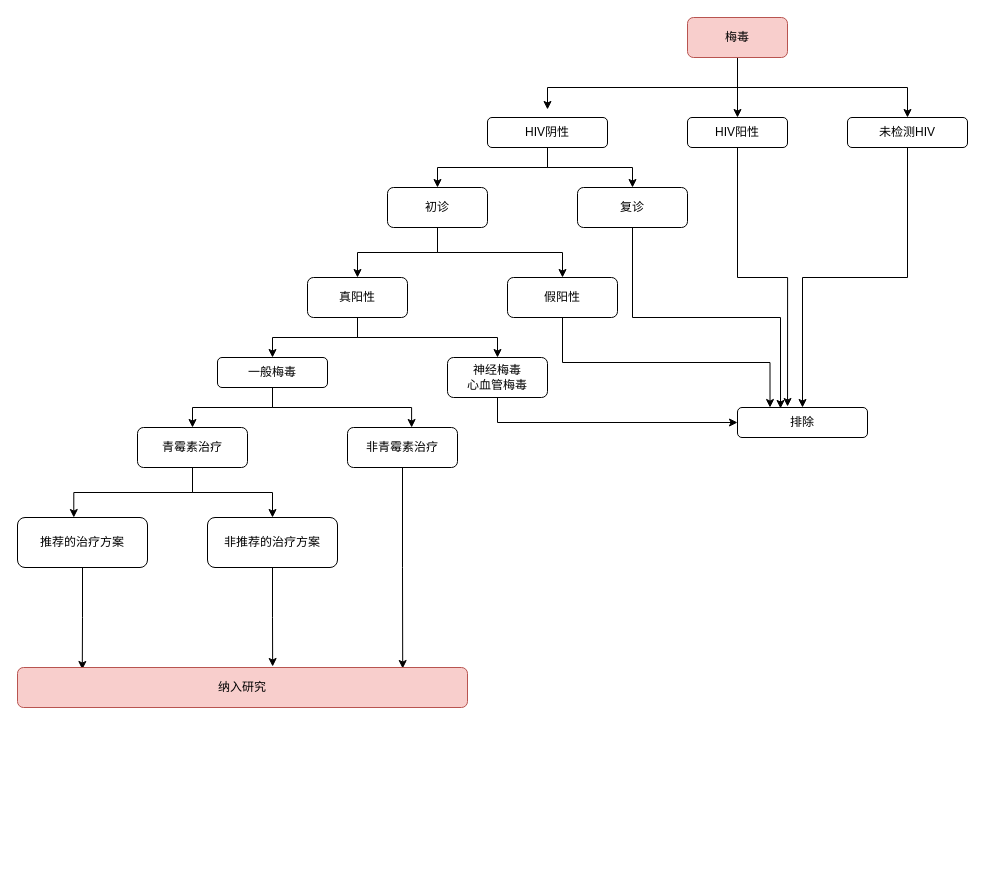
The draw.io diagram Untitled Diagram.drawio in brainu/brainu, before the edit. Source tidied: cells renumbered, new cells numbered last; positions are measured from the earlier drawing's top-left corner, leaving out a move shared by most shapes. Both pictures are drawn from the tidied source at 100%, with x=0, y=0 at pixel (17, 17).
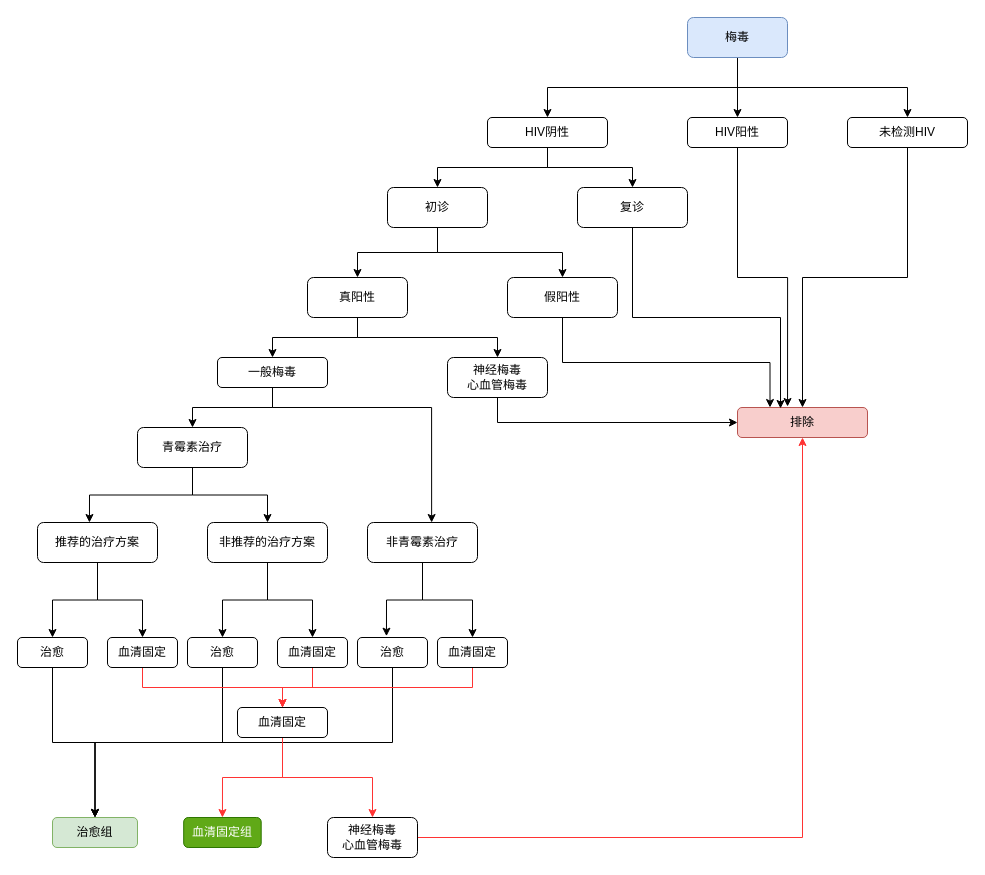
Above is the later version.

Unchanged cells that the change refers to:
```xml
<mxCell id="12" value="HIV阴性" style="rounded=1;whiteSpace=wrap;html=1;" parent="1" vertex="1">
  <mxGeometry x="470" y="100" width="120" height="30" as="geometry" />
</mxCell>
<mxCell id="28" value="一般梅毒" style="rounded=1;whiteSpace=wrap;html=1;" parent="1" vertex="1">
  <mxGeometry x="200" y="340" width="110" height="30" as="geometry" />
</mxCell>
```

The edit, as a diff of the source:
```diff
@@
-    <mxCell id="2" style="edgeStyle=orthogonalEdgeStyle;rounded=0;jettySize=auto;html=1;exitX=0.5;exitY=1;exitDx=0;exitDy=0;entryX=0.5;entryY=-0.267;entryDx=0;entryDy=0;entryPerimeter=0;" parent="1" edge="1" source="5" target="12">
+    <mxCell id="2" style="edgeStyle=orthogonalEdgeStyle;rounded=0;jettySize=auto;html=1;exitX=0.5;exitY=1;exitDx=0;exitDy=0;entryX=0.5;entryY=0;entryDx=0;entryDy=0;entryPerimeter=0;" parent="1" edge="1" source="5" target="12">
       <mxGeometry relative="1" as="geometry">
         <Array as="points">
           <mxPoint x="720" y="70" />
           <mxPoint x="530" y="70" />
         </Array>
       </mxGeometry>
     </mxCell>
@@
-    <mxCell id="5" value="梅毒" style="rounded=1;whiteSpace=wrap;html=1;fillColor=#f8cecc;strokeColor=#b85450;" parent="1" vertex="1">
+    <mxCell id="5" value="梅毒" style="rounded=1;whiteSpace=wrap;html=1;fillColor=#dae8fc;strokeColor=#6c8ebf;" parent="1" vertex="1">
       <mxGeometry x="670" width="100" height="40" as="geometry" />
     </mxCell>
@@
-    <mxCell id="13" value="排除" style="rounded=1;whiteSpace=wrap;html=1;" parent="1" vertex="1">
+    <mxCell id="13" value="排除" style="rounded=1;whiteSpace=wrap;html=1;fillColor=#f8cecc;strokeColor=#b85450;" parent="1" vertex="1">
       <mxGeometry x="720" y="390" width="130" height="30" as="geometry" />
     </mxCell>
@@
     <mxCell id="26" style="edgeStyle=orthogonalEdgeStyle;rounded=0;jettySize=auto;html=1;exitX=0.5;exitY=1;exitDx=0;exitDy=0;entryX=0.583;entryY=0;entryDx=0;entryDy=0;entryPerimeter=0;" parent="1" edge="1" source="28" target="30">
-      <mxGeometry relative="1" as="geometry" />
+      <mxGeometry relative="1" as="geometry">
+        <Array as="points">
+          <mxPoint x="255" y="390" />
+          <mxPoint x="414" y="390" />
+        </Array>
+      </mxGeometry>
     </mxCell>
@@
-    <mxCell id="29" style="edgeStyle=orthogonalEdgeStyle;rounded=0;jettySize=auto;html=1;exitX=0.5;exitY=1;exitDx=0;exitDy=0;entryX=0.856;entryY=0.025;entryDx=0;entryDy=0;entryPerimeter=0;" parent="1" edge="1" source="30" target="38">
-      <mxGeometry relative="1" as="geometry" />
-    </mxCell>
+    <mxCell id="39" style="edgeStyle=orthogonalEdgeStyle;rounded=0;jettySize=auto;html=1;exitX=0.5;exitY=1;exitDx=0;exitDy=0;entryX=0.414;entryY=-0.044;entryDx=0;entryDy=0;entryPerimeter=0;" parent="1" edge="1" source="30" target="44">
+      <mxGeometry relative="1" as="geometry" />
+    </mxCell>
+    <mxCell id="40" style="edgeStyle=orthogonalEdgeStyle;rounded=0;jettySize=auto;html=1;exitX=0.5;exitY=1;exitDx=0;exitDy=0;entryX=0.5;entryY=0;entryDx=0;entryDy=0;" parent="1" edge="1" source="30" target="46">
+      <mxGeometry relative="1" as="geometry" />
+    </mxCell>
     <mxCell id="30" value="非青霉素治疗" style="rounded=1;whiteSpace=wrap;html=1;" parent="1" vertex="1">
-      <mxGeometry x="330" y="410" width="110" height="40" as="geometry" />
+      <mxGeometry x="350" y="505" width="110" height="40" as="geometry" />
     </mxCell>
@@
-    <mxCell id="34" style="edgeStyle=orthogonalEdgeStyle;rounded=0;jettySize=auto;html=1;exitX=0.5;exitY=1;exitDx=0;exitDy=0;entryX=0.567;entryY=-0.025;entryDx=0;entryDy=0;entryPerimeter=0;" parent="1" edge="1" source="35" target="38">
+    <mxCell id="34" style="edgeStyle=orthogonalEdgeStyle;rounded=0;jettySize=auto;html=1;exitX=0.5;exitY=1;exitDx=0;exitDy=0;entryX=0.5;entryY=0;entryDx=0;entryDy=0;" parent="1" edge="1" source="35" target="48">
       <mxGeometry relative="1" as="geometry" />
     </mxCell>
+    <mxCell id="41" style="edgeStyle=orthogonalEdgeStyle;rounded=0;jettySize=auto;html=1;exitX=0.5;exitY=1;exitDx=0;exitDy=0;entryX=0.5;entryY=0;entryDx=0;entryDy=0;" parent="1" edge="1" source="35" target="50">
+      <mxGeometry relative="1" as="geometry" />
+    </mxCell>
     <mxCell id="35" value="非推荐的治疗方案" style="rounded=1;whiteSpace=wrap;html=1;" parent="1" vertex="1">
-      <mxGeometry x="190" y="500" width="130" height="50" as="geometry" />
+      <mxGeometry x="190" y="505" width="120" height="40" as="geometry" />
     </mxCell>
-    <mxCell id="36" style="edgeStyle=orthogonalEdgeStyle;rounded=0;jettySize=auto;html=1;exitX=0.5;exitY=1;exitDx=0;exitDy=0;entryX=0.144;entryY=0.05;entryDx=0;entryDy=0;entryPerimeter=0;" parent="1" edge="1" source="37" target="38">
+    <mxCell id="36" style="edgeStyle=orthogonalEdgeStyle;rounded=0;jettySize=auto;html=1;exitX=0.5;exitY=1;exitDx=0;exitDy=0;entryX=0.5;entryY=0;entryDx=0;entryDy=0;" parent="1" edge="1" source="37" target="52">
       <mxGeometry relative="1" as="geometry" />
     </mxCell>
+    <mxCell id="42" style="edgeStyle=orthogonalEdgeStyle;rounded=0;jettySize=auto;html=1;exitX=0.5;exitY=1;exitDx=0;exitDy=0;entryX=0.5;entryY=0;entryDx=0;entryDy=0;" parent="1" edge="1" source="37" target="54">
+      <mxGeometry relative="1" as="geometry" />
+    </mxCell>
     <mxCell id="37" value="推荐的治疗方案" style="rounded=1;whiteSpace=wrap;html=1;" parent="1" vertex="1">
-      <mxGeometry y="500" width="130" height="50" as="geometry" />
+      <mxGeometry x="20" y="505" width="120" height="40" as="geometry" />
     </mxCell>
-    <mxCell id="38" value="纳入研究" style="rounded=1;whiteSpace=wrap;html=1;fillColor=#f8cecc;strokeColor=#b85450;" parent="1" vertex="1">
-      <mxGeometry y="650" width="450" height="40" as="geometry" />
-    </mxCell>
+    <mxCell id="43" style="edgeStyle=orthogonalEdgeStyle;rounded=0;jettySize=auto;html=1;exitX=0.5;exitY=1;exitDx=0;exitDy=0;entryX=0.5;entryY=0;entryDx=0;entryDy=0;" parent="1" edge="1" source="44" target="55">
+      <mxGeometry relative="1" as="geometry" />
+    </mxCell>
+    <mxCell id="44" value="治愈" style="rounded=1;whiteSpace=wrap;html=1;" parent="1" vertex="1">
+      <mxGeometry x="340" y="620" width="70" height="30" as="geometry" />
+    </mxCell>
+    <mxCell id="45" style="edgeStyle=orthogonalEdgeStyle;rounded=0;jettySize=auto;html=1;exitX=0.5;exitY=1;exitDx=0;exitDy=0;strokeColor=#FF3333;entryX=0.5;entryY=0;entryDx=0;entryDy=0;" parent="1" edge="1" source="46" target="58">
+      <mxGeometry relative="1" as="geometry" />
+    </mxCell>
+    <mxCell id="46" value="血清固定" style="rounded=1;whiteSpace=wrap;html=1;" parent="1" vertex="1">
+      <mxGeometry x="420" y="620" width="70" height="30" as="geometry" />
+    </mxCell>
+    <mxCell id="47" style="edgeStyle=orthogonalEdgeStyle;rounded=0;jettySize=auto;html=1;exitX=0.5;exitY=1;exitDx=0;exitDy=0;entryX=0.5;entryY=0;entryDx=0;entryDy=0;" parent="1" edge="1" source="48" target="55">
+      <mxGeometry relative="1" as="geometry" />
+    </mxCell>
+    <mxCell id="48" value="治愈" style="rounded=1;whiteSpace=wrap;html=1;" parent="1" vertex="1">
+      <mxGeometry x="170" y="620" width="70" height="30" as="geometry" />
+    </mxCell>
+    <mxCell id="49" style="edgeStyle=orthogonalEdgeStyle;rounded=0;jettySize=auto;html=1;exitX=0.5;exitY=1;exitDx=0;exitDy=0;entryX=0.5;entryY=0;entryDx=0;entryDy=0;strokeColor=#FF3333;" parent="1" edge="1" source="50" target="58">
+      <mxGeometry relative="1" as="geometry" />
+    </mxCell>
+    <mxCell id="50" value="血清固定" style="rounded=1;whiteSpace=wrap;html=1;" parent="1" vertex="1">
+      <mxGeometry x="260" y="620" width="70" height="30" as="geometry" />
+    </mxCell>
+    <mxCell id="51" style="edgeStyle=orthogonalEdgeStyle;rounded=0;jettySize=auto;html=1;exitX=0.5;exitY=1;exitDx=0;exitDy=0;entryX=0.5;entryY=0;entryDx=0;entryDy=0;" parent="1" edge="1" source="52" target="55">
+      <mxGeometry relative="1" as="geometry" />
+    </mxCell>
+    <mxCell id="52" value="治愈" style="rounded=1;whiteSpace=wrap;html=1;" parent="1" vertex="1">
+      <mxGeometry y="620" width="70" height="30" as="geometry" />
+    </mxCell>
+    <mxCell id="53" style="edgeStyle=orthogonalEdgeStyle;rounded=0;jettySize=auto;html=1;exitX=0.5;exitY=1;exitDx=0;exitDy=0;entryX=0.5;entryY=0;entryDx=0;entryDy=0;strokeColor=#FF3333;" parent="1" edge="1" source="54" target="58">
+      <mxGeometry relative="1" as="geometry" />
+    </mxCell>
+    <mxCell id="54" value="血清固定" style="rounded=1;whiteSpace=wrap;html=1;" parent="1" vertex="1">
+      <mxGeometry x="90" y="620" width="70" height="30" as="geometry" />
+    </mxCell>
+    <mxCell id="55" value="治愈组" style="rounded=1;whiteSpace=wrap;html=1;fillColor=#d5e8d4;strokeColor=#82b366;" parent="1" vertex="1">
+      <mxGeometry x="35" y="800" width="85" height="30" as="geometry" />
+    </mxCell>
+    <mxCell id="56" style="edgeStyle=orthogonalEdgeStyle;rounded=0;jettySize=auto;html=1;exitX=0.5;exitY=1;exitDx=0;exitDy=0;entryX=0.5;entryY=0;entryDx=0;entryDy=0;strokeColor=#FF3333;" parent="1" edge="1" source="58" target="59">
+      <mxGeometry relative="1" as="geometry" />
+    </mxCell>
+    <mxCell id="57" style="edgeStyle=orthogonalEdgeStyle;rounded=0;jettySize=auto;html=1;exitX=0.5;exitY=1;exitDx=0;exitDy=0;entryX=0.5;entryY=0;entryDx=0;entryDy=0;strokeColor=#FF3333;" parent="1" edge="1" source="58" target="61">
+      <mxGeometry relative="1" as="geometry" />
+    </mxCell>
+    <mxCell id="58" value="血清固定" style="rounded=1;whiteSpace=wrap;html=1;" parent="1" vertex="1">
+      <mxGeometry x="220" y="690" width="90" height="30" as="geometry" />
+    </mxCell>
+    <mxCell id="59" value="血清固定组" style="rounded=1;whiteSpace=wrap;html=1;fillColor=#60a917;strokeColor=#2D7600;fontColor=#ffffff;" parent="1" vertex="1">
+      <mxGeometry x="166.2" y="800" width="77.5" height="30" as="geometry" />
+    </mxCell>
+    <mxCell id="60" style="edgeStyle=orthogonalEdgeStyle;rounded=0;jettySize=auto;html=1;exitX=1;exitY=0.5;exitDx=0;exitDy=0;entryX=0.5;entryY=1;entryDx=0;entryDy=0;strokeColor=#FF3333;" parent="1" edge="1" source="61" target="13">
+      <mxGeometry relative="1" as="geometry" />
+    </mxCell>
+    <mxCell id="61" value="神经梅毒&lt;br&gt;心血管梅毒" style="rounded=1;whiteSpace=wrap;html=1;" parent="1" vertex="1">
+      <mxGeometry x="310" y="800" width="90" height="40" as="geometry" />
+    </mxCell>
```
